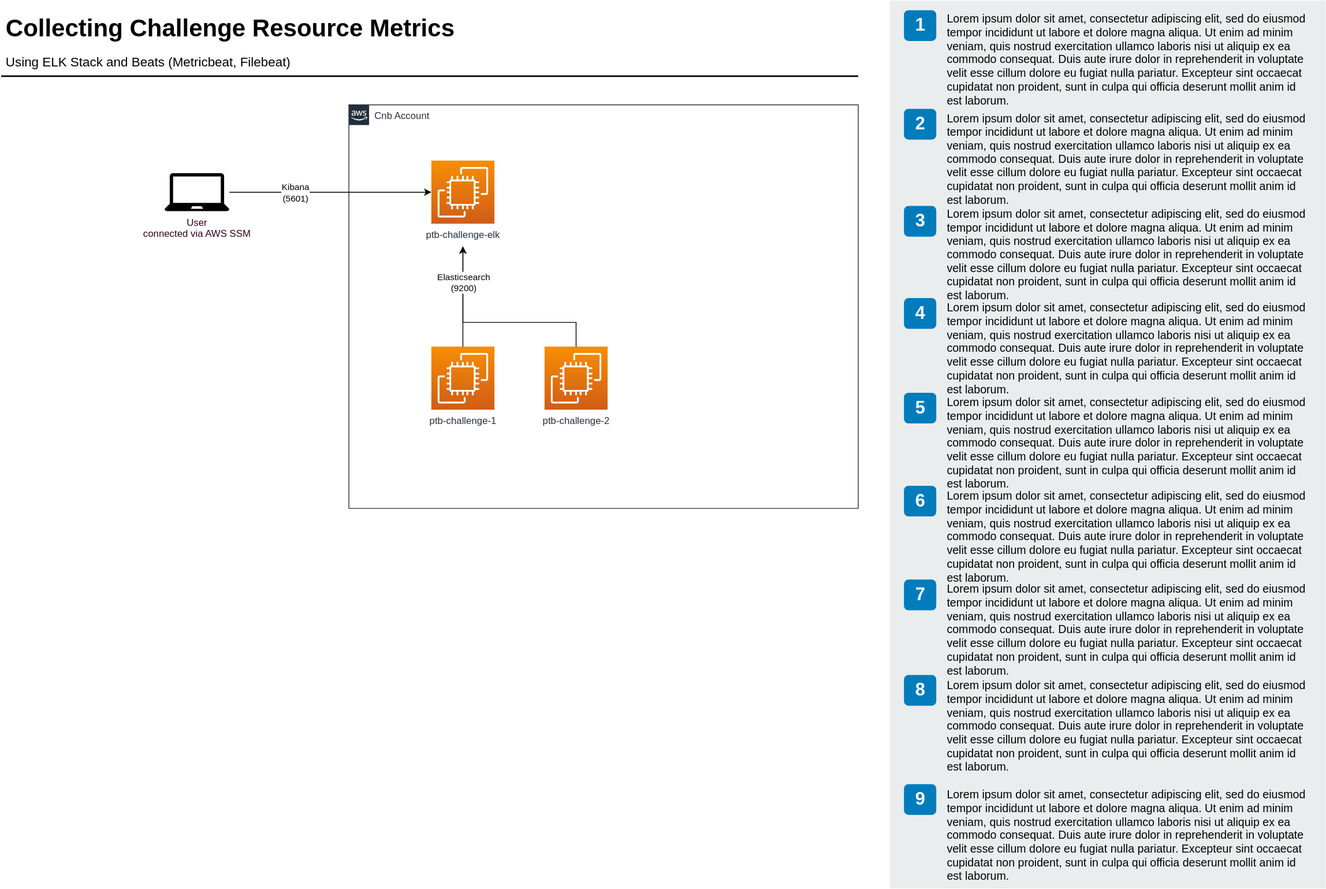
Sage-Bionetworks/sage-monorepo keeps this draw.io diagram as docs/drawio/diagrams/collect-challenge-resource-metrics.drawio.svg. Above is the earlier version. Source tidied: cells renumbered, new cells last; positions are measured from the earlier drawing's top-left corner, leaving out a move shared by most shapes.
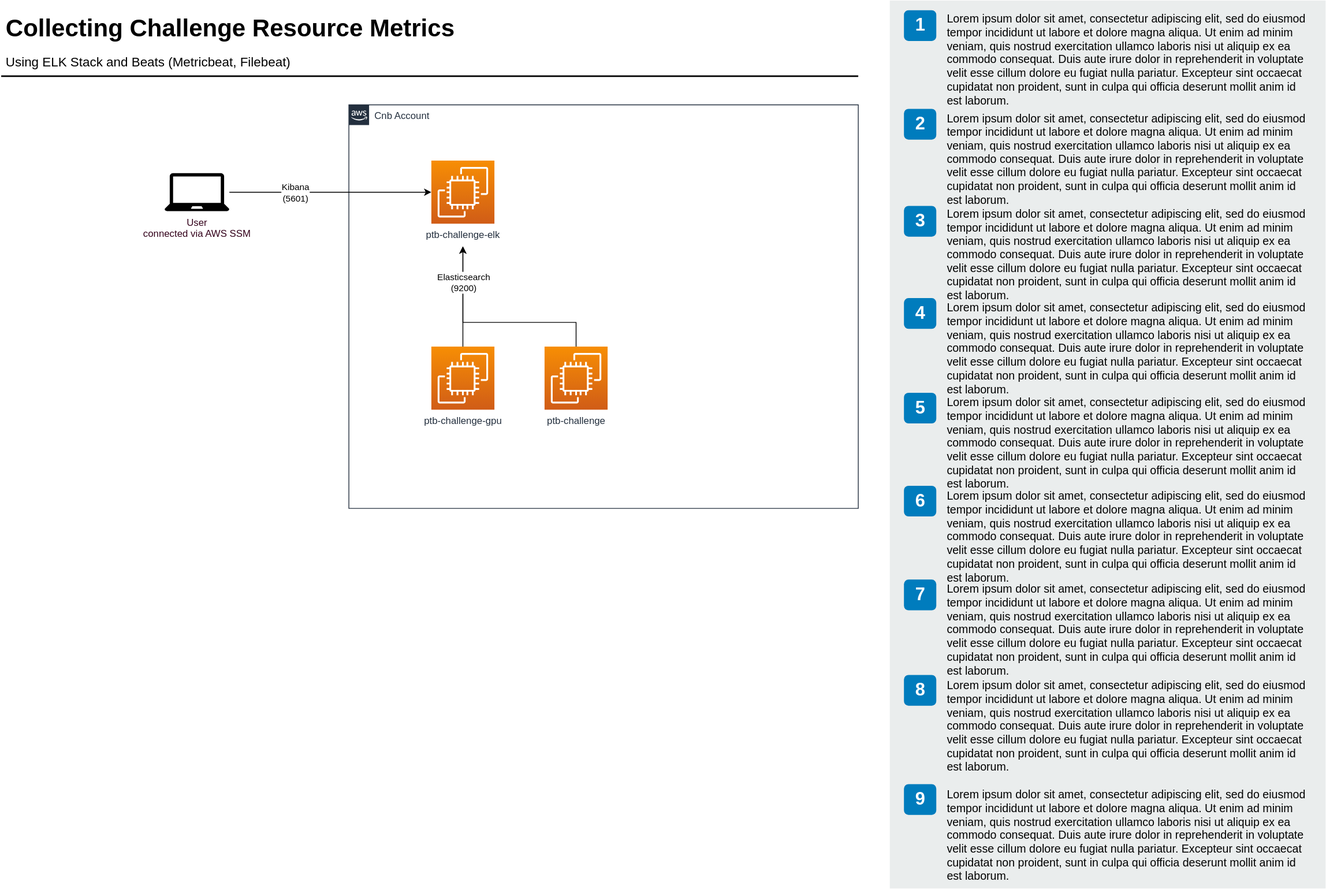
The same diagram one commit later.

Diff of the diagram source:
```diff
@@ -5,7 +5,7 @@
     <mxCell id="2" value="Cnb Account" style="gradientColor=none;html=1;whiteSpace=wrap;fontSize=12;fontStyle=0;shape=mxgraph.aws4.group;grIcon=mxgraph.aws4.group_aws_cloud_alt;strokeColor=#232F3E;fillColor=none;verticalAlign=top;align=left;spacingLeft=30;fontColor=#232F3E;dashed=0;" parent="1" vertex="1">
       <mxGeometry x="430" y="129" width="630" height="499" as="geometry" />
     </mxCell>
-    <mxCell id="3" value="ptb-challenge-1" style="sketch=0;points=[[0,0,0],[0.25,0,0],[0.5,0,0],[0.75,0,0],[1,0,0],[0,1,0],[0.25,1,0],[0.5,1,0],[0.75,1,0],[1,1,0],[0,0.25,0],[0,0.5,0],[0,0.75,0],[1,0.25,0],[1,0.5,0],[1,0.75,0]];outlineConnect=0;fontColor=#232F3E;gradientColor=#F78E04;gradientDirection=north;fillColor=#D05C17;strokeColor=#ffffff;dashed=0;verticalLabelPosition=bottom;verticalAlign=top;align=center;html=1;fontSize=12;fontStyle=0;shape=mxgraph.aws4.resourceIcon;resIcon=mxgraph.aws4.ec2;" parent="2" vertex="1">
+    <mxCell id="3" value="ptb-challenge-gpu" style="sketch=0;points=[[0,0,0],[0.25,0,0],[0.5,0,0],[0.75,0,0],[1,0,0],[0,1,0],[0.25,1,0],[0.5,1,0],[0.75,1,0],[1,1,0],[0,0.25,0],[0,0.5,0],[0,0.75,0],[1,0.25,0],[1,0.5,0],[1,0.75,0]];outlineConnect=0;fontColor=#232F3E;gradientColor=#F78E04;gradientDirection=north;fillColor=#D05C17;strokeColor=#ffffff;dashed=0;verticalLabelPosition=bottom;verticalAlign=top;align=center;html=1;fontSize=12;fontStyle=0;shape=mxgraph.aws4.resourceIcon;resIcon=mxgraph.aws4.ec2;" parent="2" vertex="1">
       <mxGeometry x="102" y="299" width="78" height="78" as="geometry" />
     </mxCell>
     <mxCell id="4" value="ptb-challenge-elk" style="sketch=0;points=[[0,0,0,0,0],[0,0.26,0,0,0],[0,0.5,0,0,0],[0,0.76,0,0,0],[0,1,0,0,0],[0.26,0,0,0,0],[0.26,1,0,0,0],[0.5,0,0,0,0],[0.5,1,0,0,0],[0.5,1,0,0,28],[0.76,0,0,0,0],[0.76,1,0,0,0],[1,0,0,0,0],[1,0.26,0,0,0],[1,0.5,0,0,0],[1,0.76,0,0,0],[1,1,0,0,0]];outlineConnect=0;fontColor=#232F3E;gradientColor=#F78E04;gradientDirection=north;fillColor=#D05C17;strokeColor=#ffffff;dashed=0;verticalLabelPosition=bottom;verticalAlign=top;align=center;html=1;fontSize=12;fontStyle=0;shape=mxgraph.aws4.resourceIcon;resIcon=mxgraph.aws4.ec2;" parent="2" vertex="1">
@@ -14,7 +14,7 @@
     <mxCell id="5" style="edgeStyle=orthogonalEdgeStyle;rounded=0;jettySize=auto;html=1;fontColor=#000000;entryX=0.5;entryY=1;entryDx=0;entryDy=28;entryPerimeter=0;" parent="2" edge="1" source="3" target="4">
       <mxGeometry relative="1" as="geometry" />
     </mxCell>
-    <mxCell id="6" value="ptb-challenge-2" style="sketch=0;points=[[0,0,0],[0.25,0,0],[0.5,0,0],[0.75,0,0],[1,0,0],[0,1,0],[0.25,1,0],[0.5,1,0],[0.75,1,0],[1,1,0],[0,0.25,0],[0,0.5,0],[0,0.75,0],[1,0.25,0],[1,0.5,0],[1,0.75,0]];outlineConnect=0;fontColor=#232F3E;gradientColor=#F78E04;gradientDirection=north;fillColor=#D05C17;strokeColor=#ffffff;dashed=0;verticalLabelPosition=bottom;verticalAlign=top;align=center;html=1;fontSize=12;fontStyle=0;shape=mxgraph.aws4.resourceIcon;resIcon=mxgraph.aws4.ec2;" parent="2" vertex="1">
+    <mxCell id="6" value="ptb-challenge" style="sketch=0;points=[[0,0,0],[0.25,0,0],[0.5,0,0],[0.75,0,0],[1,0,0],[0,1,0],[0.25,1,0],[0.5,1,0],[0.75,1,0],[1,1,0],[0,0.25,0],[0,0.5,0],[0,0.75,0],[1,0.25,0],[1,0.5,0],[1,0.75,0]];outlineConnect=0;fontColor=#232F3E;gradientColor=#F78E04;gradientDirection=north;fillColor=#D05C17;strokeColor=#ffffff;dashed=0;verticalLabelPosition=bottom;verticalAlign=top;align=center;html=1;fontSize=12;fontStyle=0;shape=mxgraph.aws4.resourceIcon;resIcon=mxgraph.aws4.ec2;" parent="2" vertex="1">
       <mxGeometry x="242" y="299" width="78" height="78" as="geometry" />
     </mxCell>
     <mxCell id="7" style="edgeStyle=orthogonalEdgeStyle;rounded=0;jettySize=auto;html=1;fontColor=#000000;snapToPoint=0;entryX=0.5;entryY=1;entryDx=0;entryDy=28;entryPerimeter=0;" parent="2" edge="1" source="6" target="4">
```
